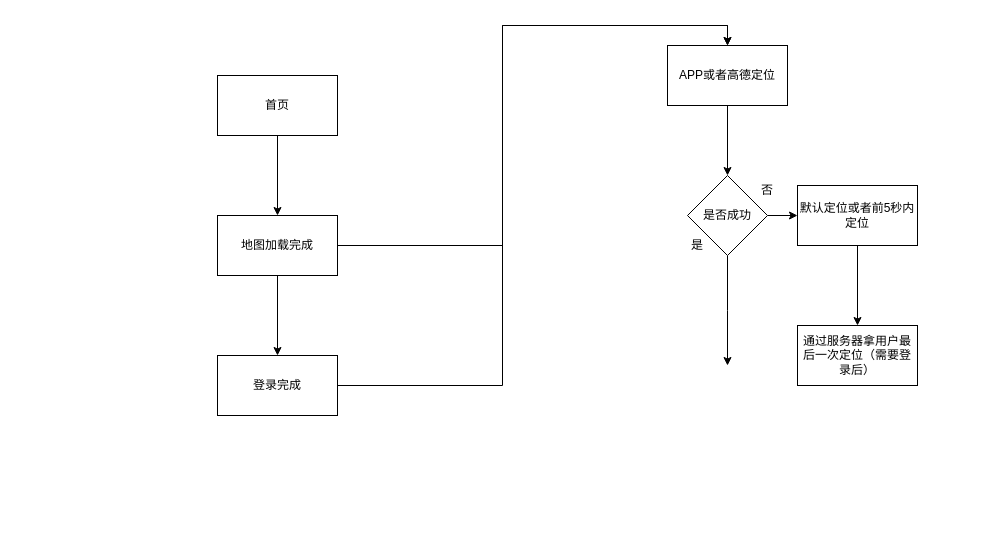
Before: 定位与兜底与登录状态的关系.drawio in Alan1034/heycars_h5, a draw.io diagram. Source tidied: cells renumbered, new cells numbered last; positions are measured from the earlier drawing's top-left corner, leaving out a move shared by most shapes. Both pictures are drawn from the tidied source at 100%, with x=0, y=0 at pixel (217, 45).
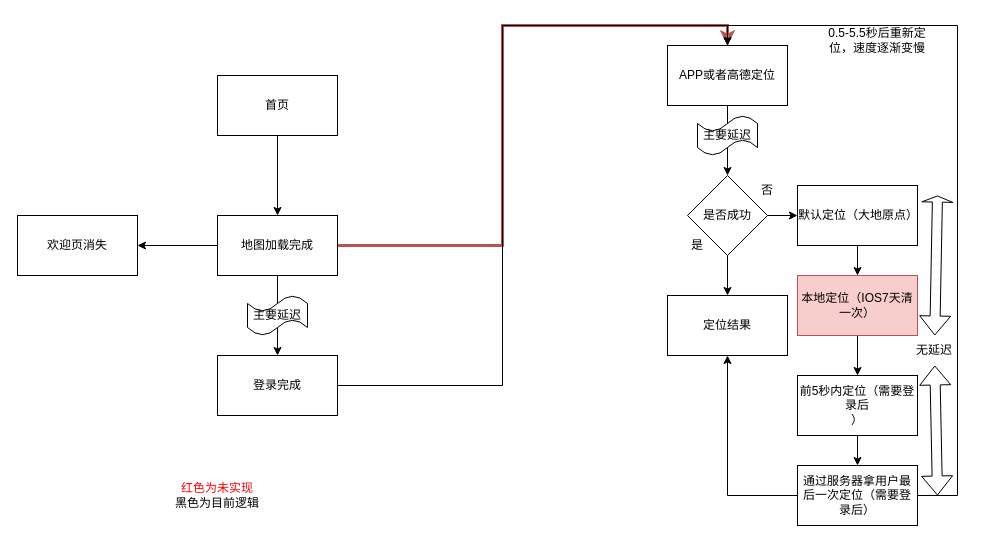
The same page after the edit.

Commit message (it also covers changes not shown here):
更新定位与兜底与登录状态的关系.drawio

Unchanged cells that the change refers to:
```xml
<mxCell id="6" value="地图加载完成" style="rounded=0;whiteSpace=wrap;html=1;" parent="1" vertex="1">
  <mxGeometry y="170" width="120" height="60" as="geometry" />
</mxCell>
<mxCell id="8" value="登录完成" style="rounded=0;whiteSpace=wrap;html=1;" parent="1" vertex="1">
  <mxGeometry y="310" width="120" height="60" as="geometry" />
</mxCell>
<mxCell id="10" value="APP或者高德定位" style="rounded=0;whiteSpace=wrap;html=1;" parent="1" vertex="1">
  <mxGeometry x="450" width="120" height="60" as="geometry" />
</mxCell>
<mxCell id="13" value="是否成功" style="rhombus;whiteSpace=wrap;html=1;rounded=0;" parent="1" vertex="1">
  <mxGeometry x="470" y="130" width="80" height="80" as="geometry" />
</mxCell>
```

Diff of the diagram source:
```diff
@@
-    <mxCell id="4" style="edgeStyle=orthogonalEdgeStyle;rounded=0;jettySize=auto;html=1;entryX=0.5;entryY=0;entryDx=0;entryDy=0;" parent="1" edge="1" source="6" target="10">
-      <mxGeometry relative="1" as="geometry" />
+    <mxCell id="4" style="edgeStyle=orthogonalEdgeStyle;rounded=0;jettySize=auto;html=1;entryX=0.5;entryY=0;entryDx=0;entryDy=0;fillColor=#f8cecc;strokeColor=#b85450;strokeWidth=3;" parent="1" edge="1" source="6" target="10">
+      <mxGeometry relative="1" as="geometry">
+        <Array as="points">
+          <mxPoint x="285" y="200" />
+          <mxPoint x="285" y="-20" />
+          <mxPoint x="510" y="-20" />
+        </Array>
+      </mxGeometry>
     </mxCell>
-    <mxCell id="5" style="edgeStyle=orthogonalEdgeStyle;rounded=0;jettySize=auto;html=1;" parent="1" edge="1" source="6" target="8">
-      <mxGeometry relative="1" as="geometry" />
-    </mxCell>
+    <mxCell id="19" style="edgeStyle=orthogonalEdgeStyle;rounded=0;jettySize=auto;html=1;" parent="1" edge="1" source="6" target="28">
+      <mxGeometry relative="1" as="geometry" />
+    </mxCell>
@@
-    <mxCell id="11" style="edgeStyle=orthogonalEdgeStyle;rounded=0;jettySize=auto;html=1;" parent="1" edge="1" source="13">
-      <mxGeometry relative="1" as="geometry">
-        <mxPoint x="510" y="320" as="targetPoint" />
-      </mxGeometry>
+    <mxCell id="11" style="edgeStyle=orthogonalEdgeStyle;rounded=0;jettySize=auto;html=1;" parent="1" edge="1" source="13" target="27">
+      <mxGeometry relative="1" as="geometry" />
     </mxCell>
@@
-    <mxCell id="15" style="edgeStyle=orthogonalEdgeStyle;rounded=0;jettySize=auto;html=1;" parent="1" edge="1" source="16" target="18">
-      <mxGeometry relative="1" as="geometry" />
-    </mxCell>
+    <mxCell id="20" style="edgeStyle=orthogonalEdgeStyle;rounded=0;jettySize=auto;html=1;" parent="1" edge="1" source="16" target="26">
+      <mxGeometry relative="1" as="geometry" />
+    </mxCell>
-    <mxCell id="16" value="默认定位或者前5秒内定位" style="whiteSpace=wrap;html=1;rounded=0;" parent="1" vertex="1">
+    <mxCell id="16" value="默认定位（大地原点）" style="whiteSpace=wrap;html=1;rounded=0;" parent="1" vertex="1">
       <mxGeometry x="580" y="140" width="120" height="60" as="geometry" />
     </mxCell>
@@
+    <mxCell id="21" style="edgeStyle=orthogonalEdgeStyle;rounded=0;jettySize=auto;html=1;entryX=0.5;entryY=1;entryDx=0;entryDy=0;" parent="1" edge="1" source="18" target="27">
+      <mxGeometry relative="1" as="geometry" />
+    </mxCell>
+    <mxCell id="22" style="edgeStyle=orthogonalEdgeStyle;rounded=0;jettySize=auto;html=1;entryX=0.5;entryY=0;entryDx=0;entryDy=0;" parent="1" edge="1" source="18" target="10">
+      <mxGeometry relative="1" as="geometry">
+        <Array as="points">
+          <mxPoint x="740" y="450" />
+          <mxPoint x="740" y="-20" />
+          <mxPoint x="510" y="-20" />
+        </Array>
+      </mxGeometry>
+    </mxCell>
     <mxCell id="18" value="通过服务器拿用户最后一次定位（需要登录后）" style="whiteSpace=wrap;html=1;rounded=0;" parent="1" vertex="1">
-      <mxGeometry x="580" y="280" width="120" height="60" as="geometry" />
+      <mxGeometry x="580" y="420" width="120" height="60" as="geometry" />
     </mxCell>
+    <mxCell id="23" style="edgeStyle=orthogonalEdgeStyle;rounded=0;jettySize=auto;html=1;" parent="1" edge="1" source="24" target="18">
+      <mxGeometry relative="1" as="geometry" />
+    </mxCell>
+    <mxCell id="24" value="前5秒内定位（需要登录后&lt;br&gt;）" style="whiteSpace=wrap;html=1;rounded=0;" parent="1" vertex="1">
+      <mxGeometry x="580" y="330" width="120" height="60" as="geometry" />
+    </mxCell>
+    <mxCell id="25" style="edgeStyle=orthogonalEdgeStyle;rounded=0;jettySize=auto;html=1;" parent="1" edge="1" source="26" target="24">
+      <mxGeometry relative="1" as="geometry" />
+    </mxCell>
+    <mxCell id="26" value="本地定位（IOS7天清一次）" style="rounded=0;whiteSpace=wrap;html=1;fillColor=#f8cecc;strokeColor=#b85450;" parent="1" vertex="1">
+      <mxGeometry x="580" y="230" width="120" height="60" as="geometry" />
+    </mxCell>
+    <mxCell id="27" value="定位结果" style="rounded=0;whiteSpace=wrap;html=1;" parent="1" vertex="1">
+      <mxGeometry x="450" y="250" width="120" height="60" as="geometry" />
+    </mxCell>
+    <mxCell id="28" value="欢迎页消失" style="whiteSpace=wrap;html=1;rounded=0;" parent="1" vertex="1">
+      <mxGeometry x="-200" y="170" width="120" height="60" as="geometry" />
+    </mxCell>
+    <mxCell id="29" value="&lt;font color=&quot;#ff0000&quot;&gt;红色为未实现&lt;/font&gt;&lt;br&gt;黑色为目前逻辑" style="text;html=1;strokeColor=none;fillColor=none;align=center;verticalAlign=middle;whiteSpace=wrap;rounded=0;" parent="1" vertex="1">
+      <mxGeometry x="-200" y="435" width="400" height="30" as="geometry" />
+    </mxCell>
+    <mxCell id="30" value="0.5-5.5秒后重新定位，速度逐渐变慢" style="text;html=1;strokeColor=none;fillColor=none;align=center;verticalAlign=middle;whiteSpace=wrap;rounded=0;" parent="1" vertex="1">
+      <mxGeometry x="600" y="-20" width="120" height="30" as="geometry" />
+    </mxCell>
+    <mxCell id="5" style="edgeStyle=orthogonalEdgeStyle;rounded=0;jettySize=auto;html=1;entryX=0.5;entryY=0;entryDx=0;entryDy=0;" parent="1" edge="1" source="6" target="8">
+      <mxGeometry relative="1" as="geometry">
+        <Array as="points">
+          <mxPoint x="60" y="280" />
+          <mxPoint x="60" y="280" />
+        </Array>
+      </mxGeometry>
+    </mxCell>
+    <mxCell id="31" value="主要延迟" style="shape=tape;whiteSpace=wrap;html=1;" parent="1" vertex="1">
+      <mxGeometry x="30" y="250" width="60" height="40" as="geometry" />
+    </mxCell>
+    <mxCell id="32" value="主要延迟" style="shape=tape;whiteSpace=wrap;html=1;" parent="1" vertex="1">
+      <mxGeometry x="480" y="70" width="60" height="40" as="geometry" />
+    </mxCell>
+    <mxCell id="33" style="shape=flexArrow;endArrow=classic;startArrow=classic;html=1;rounded=0;width=10;endSize=1.7;" parent="1" edge="1" source="35">
+      <mxGeometry relative="1" as="geometry">
+        <mxPoint x="720" y="150" as="targetPoint" />
+      </mxGeometry>
+    </mxCell>
+    <mxCell id="34" style="shape=flexArrow;endArrow=classic;startArrow=classic;html=1;rounded=0;" parent="1" edge="1" target="35">
+      <mxGeometry relative="1" as="geometry">
+        <mxPoint x="720" y="450" as="sourcePoint" />
+      </mxGeometry>
+    </mxCell>
+    <mxCell id="35" value="无延迟" style="text;html=1;strokeColor=none;fillColor=none;align=center;verticalAlign=middle;whiteSpace=wrap;rounded=0;" parent="1" vertex="1">
+      <mxGeometry x="687" y="290" width="60" height="30" as="geometry" />
+    </mxCell>
```
